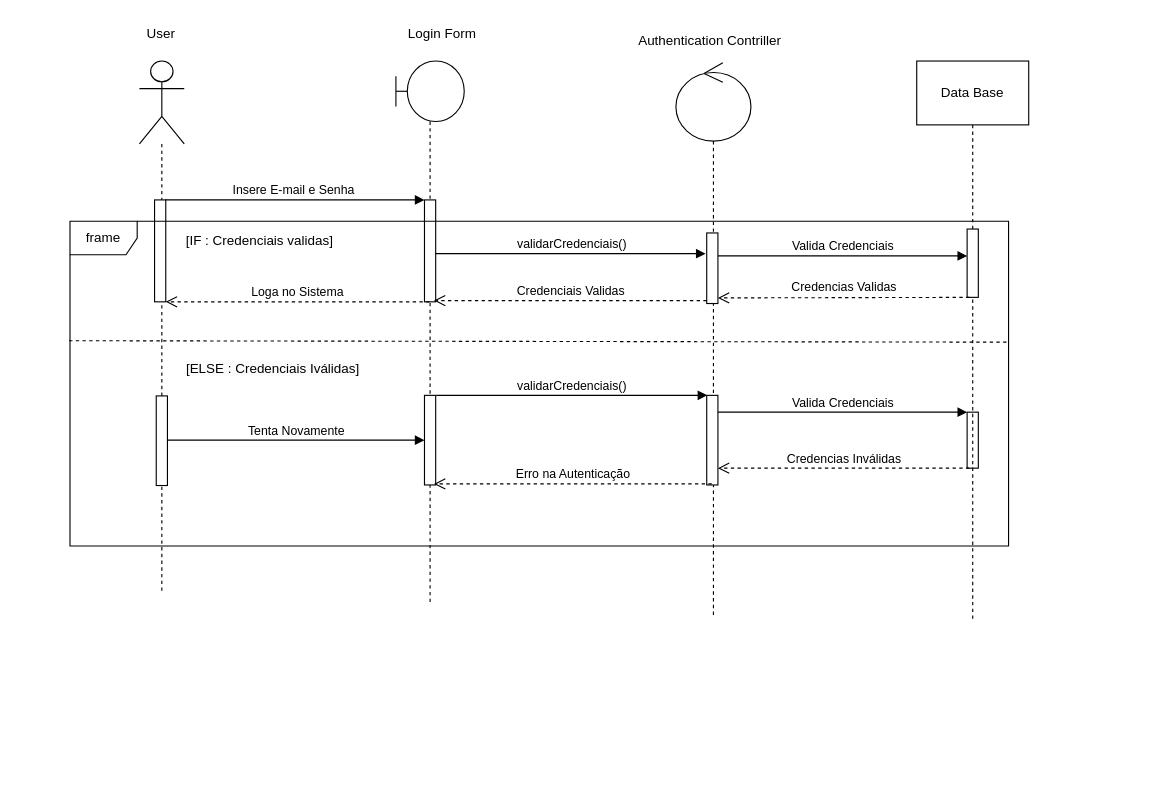
The draw.io diagram Diagramas/Diagrama de sequencia/diagrama de sequencia noctoramento.drawio in Noctoramento/Documentacao, before the edit. Source tidied: cells renumbered, new cells numbered last; positions are measured from the earlier drawing's top-left corner, leaving out a move shared by most shapes. Both pictures are drawn from the tidied source at 112%, with x=0, y=0 at pixel (69, 19).
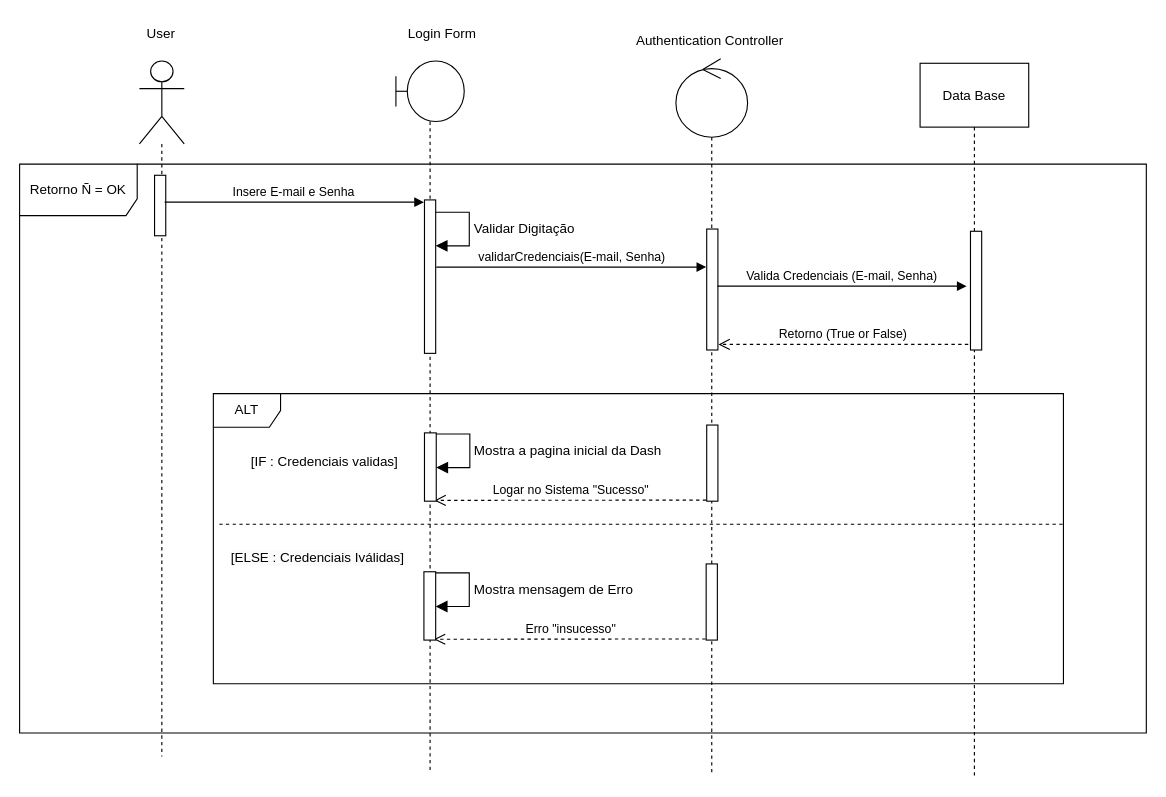
After the change.

Commit message (it also covers changes not shown here):
Update diagrama de sequência

What changed in the source:
```diff
@@
     <mxCell id="2" style="shape=umlLifeline;perimeter=lifelinePerimeter;whiteSpace=wrap;html=1;newEdgeStyle={&quot;curved&quot;:0,&quot;rounded&quot;:0};participant=umlActor;size=74;" parent="1" vertex="1">
-      <mxGeometry x="62" y="37" width="40" height="473" as="geometry" />
+      <mxGeometry x="62" y="37" width="40" height="621" as="geometry" />
     </mxCell>
     <mxCell id="3" style="html=1;points=[[0,0,0,0,5],[0,1,0,0,-5],[1,0,0,0,5],[1,1,0,0,-5]];perimeter=orthogonalPerimeter;outlineConnect=0;targetShapes=umlLifeline;portConstraint=eastwest;newEdgeStyle={&quot;curved&quot;:0,&quot;rounded&quot;:0};" parent="2" vertex="1">
-      <mxGeometry x="13.5" y="124" width="10" height="91" as="geometry" />
+      <mxGeometry x="13.5" y="102" width="10" height="54" as="geometry" />
     </mxCell>
     <mxCell id="4" style="shape=umlLifeline;perimeter=lifelinePerimeter;whiteSpace=wrap;html=1;outlineConnect=0;portConstraint=eastwest;newEdgeStyle={&quot;curved&quot;:0,&quot;rounded&quot;:0};participant=umlBoundary;size=54;" parent="1" vertex="1">
-      <mxGeometry x="291" y="37" width="61" height="486" as="geometry" />
+      <mxGeometry x="291" y="37" width="61" height="634" as="geometry" />
     </mxCell>
     <mxCell id="5" style="html=1;points=[[0,0,0,0,5],[0,1,0,0,-5],[1,0,0,0,5],[1,1,0,0,-5]];perimeter=orthogonalPerimeter;outlineConnect=0;targetShapes=umlLifeline;portConstraint=eastwest;newEdgeStyle={&quot;curved&quot;:0,&quot;rounded&quot;:0};" parent="4" vertex="1">
-      <mxGeometry x="25.5" y="124" width="10" height="91" as="geometry" />
+      <mxGeometry x="25.5" y="124" width="10" height="137" as="geometry" />
     </mxCell>
     <mxCell id="6" style="shape=umlLifeline;perimeter=lifelinePerimeter;whiteSpace=wrap;html=1;newEdgeStyle={&quot;curved&quot;:0,&quot;rounded&quot;:0};participant=umlControl;size=70;" parent="1" vertex="1">
-      <mxGeometry x="541" y="38.5" width="67" height="494.5" as="geometry" />
+      <mxGeometry x="541" y="35" width="64" height="640" as="geometry" />
     </mxCell>
     <mxCell id="7" style="html=1;points=[[0,0,0,0,5],[0,1,0,0,-5],[1,0,0,0,5],[1,1,0,0,-5]];perimeter=orthogonalPerimeter;outlineConnect=0;targetShapes=umlLifeline;portConstraint=eastwest;newEdgeStyle={&quot;curved&quot;:0,&quot;rounded&quot;:0};" parent="6" vertex="1">
-      <mxGeometry x="27.5" y="152" width="10" height="63" as="geometry" />
+      <mxGeometry x="27.5" y="152" width="10" height="108" as="geometry" />
     </mxCell>
+    <mxCell id="9" style="html=1;points=[[0,0,0,0,5],[0,1,0,0,-5],[1,0,0,0,5],[1,1,0,0,-5]];perimeter=orthogonalPerimeter;outlineConnect=0;targetShapes=umlLifeline;portConstraint=eastwest;newEdgeStyle={&quot;curved&quot;:0,&quot;rounded&quot;:0};" parent="6" vertex="1">
+      <mxGeometry x="27.5" y="327" width="10" height="68" as="geometry" />
+    </mxCell>
+    <mxCell id="14" value="Logar no Sistema &quot;Sucesso&quot;" style="html=1;verticalAlign=bottom;endArrow=open;dashed=1;endSize=8;curved=0;rounded=0;entryX=0.85;entryY=0.988;entryDx=0;entryDy=0;entryPerimeter=0;" parent="6" edge="1" target="8">
+      <mxGeometry relative="1" as="geometry">
+        <mxPoint x="27" y="394" as="sourcePoint" />
+      </mxGeometry>
+    </mxCell>
     <mxCell id="8" style="html=1;points=[[0,0,0,0,5],[0,1,0,0,-5],[1,0,0,0,5],[1,1,0,0,-5]];perimeter=orthogonalPerimeter;outlineConnect=0;targetShapes=umlLifeline;portConstraint=eastwest;newEdgeStyle={&quot;curved&quot;:0,&quot;rounded&quot;:0};" parent="6" vertex="1">
-      <mxGeometry x="-224.5" y="297" width="10" height="80" as="geometry" />
+      <mxGeometry x="-224.5" y="334" width="10.5" height="61" as="geometry" />
     </mxCell>
-    <mxCell id="9" style="html=1;points=[[0,0,0,0,5],[0,1,0,0,-5],[1,0,0,0,5],[1,1,0,0,-5]];perimeter=orthogonalPerimeter;outlineConnect=0;targetShapes=umlLifeline;portConstraint=eastwest;newEdgeStyle={&quot;curved&quot;:0,&quot;rounded&quot;:0};" parent="6" vertex="1">
-      <mxGeometry x="27.5" y="297" width="10" height="80" as="geometry" />
-    </mxCell>
-    <mxCell id="10" style="html=1;points=[[0,0,0,0,5],[0,1,0,0,-5],[1,0,0,0,5],[1,1,0,0,-5]];perimeter=orthogonalPerimeter;outlineConnect=0;targetShapes=umlLifeline;portConstraint=eastwest;newEdgeStyle={&quot;curved&quot;:0,&quot;rounded&quot;:0};" parent="6" vertex="1">
-      <mxGeometry x="260" y="312" width="10" height="50" as="geometry" />
-    </mxCell>
-    <mxCell id="11" value="validarCredenciais()" style="html=1;verticalAlign=bottom;endArrow=block;curved=0;rounded=0;" parent="6" edge="1">
-      <mxGeometry relative="1" as="geometry">
-        <mxPoint x="-214" y="297" as="sourcePoint" />
-        <mxPoint x="28" y="297" as="targetPoint" />
-      </mxGeometry>
-    </mxCell>
-    <mxCell id="12" value="Valida Credenciais" style="html=1;verticalAlign=bottom;endArrow=block;curved=0;rounded=0;" parent="6" edge="1" source="9">
-      <mxGeometry relative="1" as="geometry">
-        <mxPoint x="260" y="312" as="targetPoint" />
-      </mxGeometry>
-    </mxCell>
-    <mxCell id="13" value="Credencias Inválidas" style="html=1;verticalAlign=bottom;endArrow=open;dashed=1;endSize=8;curved=0;rounded=0;exitX=0.2;exitY=1;exitDx=0;exitDy=0;exitPerimeter=0;" parent="6" edge="1" source="10">
-      <mxGeometry relative="1" as="geometry">
-        <mxPoint x="37.5" y="362" as="targetPoint" />
-      </mxGeometry>
-    </mxCell>
-    <mxCell id="14" value="Erro na Autenticação" style="html=1;verticalAlign=bottom;endArrow=open;dashed=1;endSize=8;curved=0;rounded=0;entryX=0.85;entryY=0.988;entryDx=0;entryDy=0;entryPerimeter=0;" parent="6" edge="1" target="8">
-      <mxGeometry relative="1" as="geometry">
-        <mxPoint x="32" y="376" as="sourcePoint" />
-      </mxGeometry>
-    </mxCell>
     <mxCell id="15" value="Data Base" style="shape=umlLifeline;perimeter=lifelinePerimeter;whiteSpace=wrap;html=1;newEdgeStyle={&quot;curved&quot;:0,&quot;rounded&quot;:0};size=57;" parent="1" vertex="1">
-      <mxGeometry x="756" y="37" width="100" height="500" as="geometry" />
+      <mxGeometry x="759" y="39" width="97" height="638" as="geometry" />
     </mxCell>
     <mxCell id="16" style="html=1;points=[[0,0,0,0,5],[0,1,0,0,-5],[1,0,0,0,5],[1,1,0,0,-5]];perimeter=orthogonalPerimeter;outlineConnect=0;targetShapes=umlLifeline;portConstraint=eastwest;newEdgeStyle={&quot;curved&quot;:0,&quot;rounded&quot;:0};" parent="15" vertex="1">
-      <mxGeometry x="45" y="150" width="10" height="61" as="geometry" />
+      <mxGeometry x="45" y="150" width="10" height="106" as="geometry" />
     </mxCell>
@@
-    <mxCell id="19" value="Authentication Contriller" style="text;html=1;align=center;verticalAlign=middle;strokeColor=none;fillColor=none;" parent="1" vertex="1">
-      <mxGeometry x="498" y="6" width="145" height="26" as="geometry" />
+    <mxCell id="19" value="Authentication Controller" style="text;html=1;align=center;verticalAlign=middle;strokeColor=none;fillColor=none;" parent="1" vertex="1">
+      <mxGeometry x="496" y="6" width="149" height="26" as="geometry" />
     </mxCell>
-    <mxCell id="20" value="Insere E-mail e Senha&amp;nbsp;" style="html=1;verticalAlign=bottom;endArrow=block;curved=0;rounded=0;" parent="1" edge="1" target="5">
+    <mxCell id="20" value="Insere E-mail e Senha&amp;nbsp;" style="html=1;verticalAlign=bottom;endArrow=block;curved=0;rounded=0;" parent="1" edge="1">
       <mxGeometry relative="1" as="geometry">
-        <mxPoint x="85" y="161" as="sourcePoint" />
+        <mxPoint x="84.5" y="163" as="sourcePoint" />
+        <mxPoint x="316" y="163" as="targetPoint" />
       </mxGeometry>
     </mxCell>
-    <mxCell id="21" value="validarCredenciais()" style="html=1;verticalAlign=bottom;endArrow=block;curved=0;rounded=0;" parent="1" edge="1" source="5">
+    <mxCell id="21" value="validarCredenciais(E-mail, Senha)" style="html=1;verticalAlign=bottom;endArrow=block;curved=0;rounded=0;" parent="1" edge="1">
       <mxGeometry relative="1" as="geometry">
-        <mxPoint x="567.5" y="209" as="targetPoint" />
+        <mxPoint x="327" y="221" as="sourcePoint" />
+        <mxPoint x="568" y="221" as="targetPoint" />
+        <Array as="points">
+          <mxPoint x="450" y="221" />
+        </Array>
       </mxGeometry>
     </mxCell>
-    <mxCell id="22" value="Valida Credenciais" style="html=1;verticalAlign=bottom;endArrow=block;curved=0;rounded=0;" parent="1" edge="1">
+    <mxCell id="22" value="Valida Credenciais (E-mail, Senha)" style="html=1;verticalAlign=bottom;endArrow=block;curved=0;rounded=0;" parent="1" edge="1">
       <mxGeometry relative="1" as="geometry">
-        <mxPoint x="578.5" y="211" as="sourcePoint" />
-        <mxPoint x="801" y="211" as="targetPoint" />
+        <mxPoint x="578" y="238" as="sourcePoint" />
+        <mxPoint x="800.5" y="238" as="targetPoint" />
       </mxGeometry>
     </mxCell>
-    <mxCell id="23" value="Credencias Validas" style="html=1;verticalAlign=bottom;endArrow=open;dashed=1;endSize=8;curved=0;rounded=0;exitX=0.2;exitY=1;exitDx=0;exitDy=0;exitPerimeter=0;entryX=1;entryY=1;entryDx=0;entryDy=-5;entryPerimeter=0;" parent="1" edge="1" source="16" target="7">
-      <mxGeometry relative="1" as="geometry" />
+    <mxCell id="23" value="Retorno (True or False)" style="html=1;verticalAlign=bottom;endArrow=open;dashed=1;endSize=8;curved=0;rounded=0;" parent="1" edge="1">
+      <mxGeometry relative="1" as="geometry">
+        <mxPoint x="802" y="290" as="sourcePoint" />
+        <mxPoint x="579" y="290" as="targetPoint" />
+      </mxGeometry>
     </mxCell>
-    <mxCell id="24" value="Credenciais Validas" style="html=1;verticalAlign=bottom;endArrow=open;dashed=1;endSize=8;curved=0;rounded=0;entryX=0.85;entryY=0.988;entryDx=0;entryDy=0;entryPerimeter=0;" parent="1" edge="1" source="7" target="5">
-      <mxGeometry relative="1" as="geometry" />
-    </mxCell>
-    <mxCell id="25" value="Loga no Sistema" style="html=1;verticalAlign=bottom;endArrow=open;dashed=1;endSize=8;curved=0;rounded=0;" parent="1" edge="1" source="4" target="3">
-      <mxGeometry relative="1" as="geometry" />
-    </mxCell>
-    <mxCell id="26" value="frame" style="shape=umlFrame;whiteSpace=wrap;html=1;" parent="1" vertex="1">
-      <mxGeometry y="180" width="838" height="290" as="geometry" />
-    </mxCell>
-    <mxCell id="27" value="Tenta Novamente" style="html=1;verticalAlign=bottom;endArrow=block;curved=0;rounded=0;" parent="1" edge="1" target="8">
-      <mxGeometry relative="1" as="geometry">
-        <mxPoint x="87" y="375.5" as="sourcePoint" />
-      </mxGeometry>
-    </mxCell>
-    <mxCell id="28" style="html=1;perimeter=orthogonalPerimeter;targetShapes=umlLifeline;newEdgeStyle={&quot;curved&quot;:0,&quot;rounded&quot;:0};" parent="1" vertex="1">
-      <mxGeometry x="77" y="336" width="10" height="80" as="geometry" />
-    </mxCell>
+    <mxCell id="30" value="&lt;span style=&quot;color: rgb(0, 0, 0); font-family: Helvetica; font-size: 12px; font-style: normal; font-variant-ligatures: normal; font-variant-caps: normal; font-weight: 400; letter-spacing: normal; orphans: 2; text-align: center; text-indent: 0px; text-transform: none; widows: 2; word-spacing: 0px; -webkit-text-stroke-width: 0px; white-space: nowrap; background-color: rgb(251, 251, 251); text-decoration-thickness: initial; text-decoration-style: initial; text-decoration-color: initial; display: inline !important; float: none;&quot;&gt;[ELSE : Credenciais Iválidas]&lt;/span&gt;" style="text;whiteSpace=wrap;html=1;" parent="1" vertex="1">
+      <mxGeometry x="142" y="467" width="162" height="26" as="geometry" />
+    </mxCell>
+    <mxCell id="32" value="Validar Digitação" style="html=1;align=left;spacingLeft=2;endArrow=block;rounded=0;edgeStyle=orthogonalEdgeStyle;curved=0;rounded=0;fontSize=12;startSize=8;endSize=8;" parent="1" edge="1">
+      <mxGeometry relative="1" as="geometry">
+        <mxPoint x="326.5" y="172" as="sourcePoint" />
+        <mxPoint x="326.5" y="202" as="targetPoint" />
+        <Array as="points">
+          <mxPoint x="356.5" y="202" />
+        </Array>
+      </mxGeometry>
+    </mxCell>
     <mxCell id="29" value="[IF : Credenciais validas]" style="text;html=1;align=center;verticalAlign=middle;strokeColor=none;fillColor=none;" parent="1" vertex="1">
-      <mxGeometry x="94" y="185" width="149" height="26" as="geometry" />
+      <mxGeometry x="152" y="382" width="149" height="26" as="geometry" />
     </mxCell>
-    <mxCell id="30" value="&lt;span style=&quot;color: rgb(0, 0, 0); font-family: Helvetica; font-size: 12px; font-style: normal; font-variant-ligatures: normal; font-variant-caps: normal; font-weight: 400; letter-spacing: normal; orphans: 2; text-align: center; text-indent: 0px; text-transform: none; widows: 2; word-spacing: 0px; -webkit-text-stroke-width: 0px; white-space: nowrap; background-color: rgb(251, 251, 251); text-decoration-thickness: initial; text-decoration-style: initial; text-decoration-color: initial; display: inline !important; float: none;&quot;&gt;[ELSE : Credenciais Iválidas]&lt;/span&gt;" style="text;whiteSpace=wrap;html=1;" parent="1" vertex="1">
-      <mxGeometry x="102" y="298" width="159" height="36" as="geometry" />
-    </mxCell>
-    <mxCell id="31" style="endArrow=none;dashed=1;html=1;rounded=0;exitX=-0.001;exitY=0.368;exitDx=0;exitDy=0;exitPerimeter=0;entryX=1.003;entryY=0.408;entryDx=0;entryDy=0;entryPerimeter=0;" parent="1" edge="1" source="26">
-      <mxGeometry relative="1" as="geometry">
-        <mxPoint x="838" y="288" as="targetPoint" />
-      </mxGeometry>
-    </mxCell>
+    <mxCell id="33" value="ALT" style="shape=umlFrame;whiteSpace=wrap;html=1;" parent="1" vertex="1">
+      <mxGeometry x="128" y="334" width="759" height="259" as="geometry" />
+    </mxCell>
+    <mxCell id="34" value="Mostra a pagina inicial da Dash" style="html=1;align=left;spacingLeft=2;endArrow=block;rounded=0;edgeStyle=orthogonalEdgeStyle;curved=0;rounded=0;fontSize=12;startSize=8;endSize=8;" parent="1" edge="1">
+      <mxGeometry relative="1" as="geometry">
+        <mxPoint x="327" y="370" as="sourcePoint" />
+        <mxPoint x="327" y="400" as="targetPoint" />
+        <Array as="points">
+          <mxPoint x="357" y="400" />
+        </Array>
+      </mxGeometry>
+    </mxCell>
+    <mxCell id="35" style="endArrow=none;dashed=1;html=1;rounded=0;fontSize=12;startSize=8;endSize=8;curved=1;entryX=1.008;entryY=0.513;entryDx=0;entryDy=0;entryPerimeter=0;exitX=0.007;exitY=0.45;exitDx=0;exitDy=0;exitPerimeter=0;" parent="1" edge="1" source="33">
+      <mxGeometry relative="1" as="geometry">
+        <mxPoint x="887" y="450.6" as="targetPoint" />
+      </mxGeometry>
+    </mxCell>
+    <mxCell id="36" style="html=1;perimeter=orthogonalPerimeter;targetShapes=umlLifeline;newEdgeStyle={&quot;curved&quot;:0,&quot;rounded&quot;:0};" parent="1" vertex="1">
+      <mxGeometry x="568" y="486" width="10" height="68" as="geometry" />
+    </mxCell>
+    <mxCell id="37" value="Erro &quot;insucesso&quot;" style="html=1;verticalAlign=bottom;endArrow=open;dashed=1;endSize=8;curved=0;rounded=0;entryX=0.85;entryY=0.988;entryDx=0;entryDy=0;entryPerimeter=0;" parent="1" edge="1" target="38">
+      <mxGeometry relative="1" as="geometry">
+        <mxPoint x="567.5" y="553" as="sourcePoint" />
+      </mxGeometry>
+    </mxCell>
+    <mxCell id="38" style="html=1;points=[[0,0,0,0,5],[0,1,0,0,-5],[1,0,0,0,5],[1,1,0,0,-5]];perimeter=orthogonalPerimeter;outlineConnect=0;targetShapes=umlLifeline;portConstraint=eastwest;newEdgeStyle={&quot;curved&quot;:0,&quot;rounded&quot;:0};" parent="1" vertex="1">
+      <mxGeometry x="316" y="493" width="10.5" height="61" as="geometry" />
+    </mxCell>
+    <mxCell id="39" value="Mostra mensagem de Erro" style="html=1;align=left;spacingLeft=2;endArrow=block;rounded=0;edgeStyle=orthogonalEdgeStyle;curved=0;rounded=0;fontSize=12;startSize=8;endSize=8;" parent="1" edge="1">
+      <mxGeometry relative="1" as="geometry">
+        <mxPoint x="326.5" y="494" as="sourcePoint" />
+        <mxPoint x="326.5" y="524" as="targetPoint" />
+        <Array as="points">
+          <mxPoint x="356.5" y="524" />
+        </Array>
+      </mxGeometry>
+    </mxCell>
+    <mxCell id="40" value="Retorno Ñ = OK" style="shape=umlFrame;whiteSpace=wrap;html=1;width=105;height=46;" parent="1" vertex="1">
+      <mxGeometry x="-45" y="129" width="1006" height="508" as="geometry" />
+    </mxCell>
```
